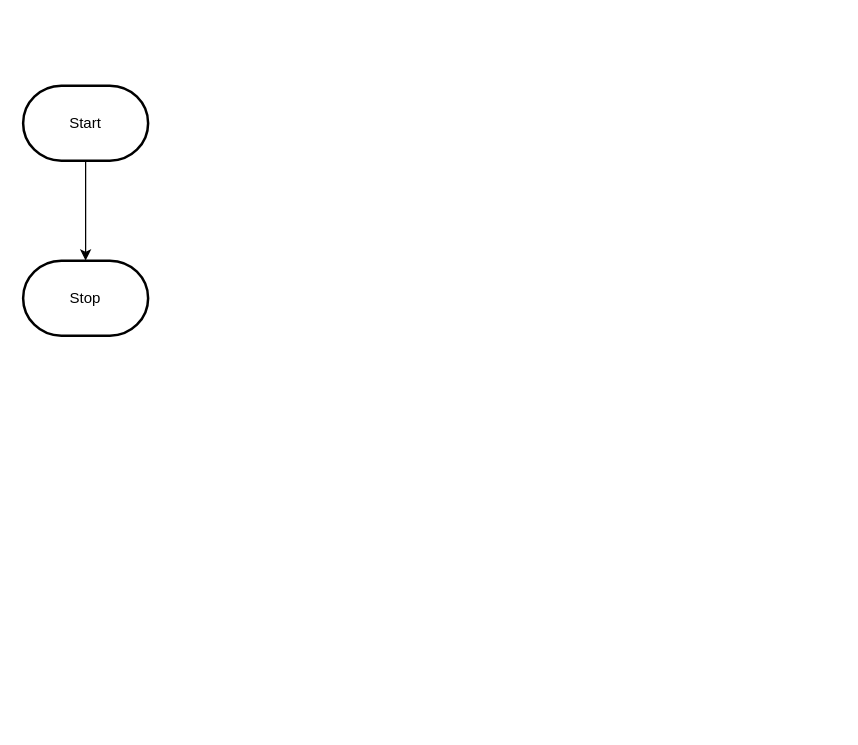
This is design/flowchart.drawio from MTHS-ICD2O-1-2023/ICD2O-Unit-6-02-clara-tyman, a draw.io file, before an edit. Source tidied: cells renumbered, new cells numbered last; positions are measured from the earlier drawing's top-left corner, leaving out a move shared by most shapes. Both pictures are drawn from the tidied source at 125%, with x=0, y=0 at pixel (22, 85).
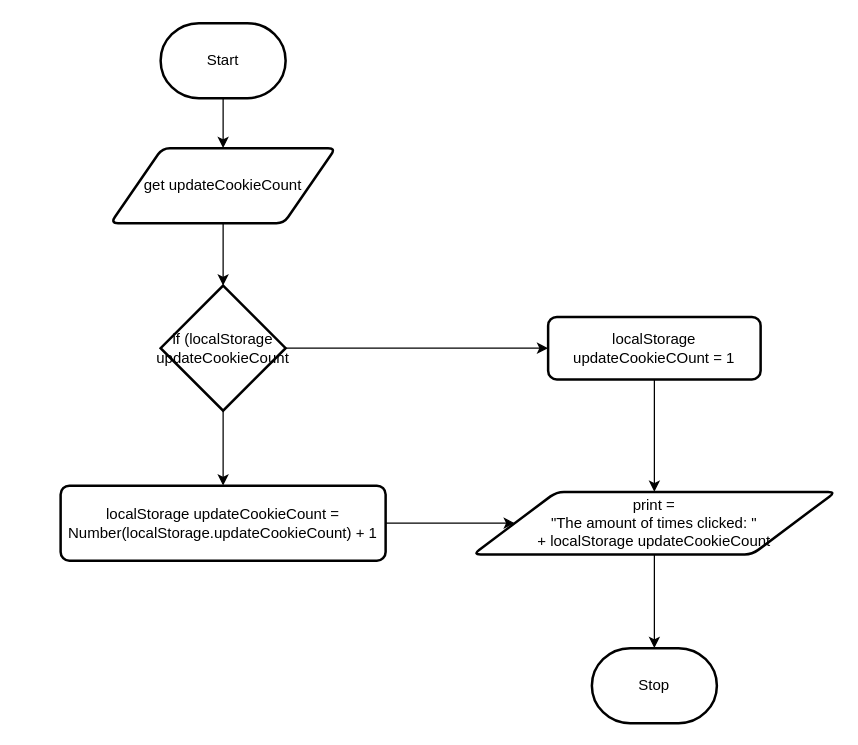
Above is the later version.

What changed in the source:
```diff
@@
 <mxGraphModel>
   <root>
     <mxCell id="0" />
     <mxCell id="1" parent="0" />
-    <mxCell id="2" style="edgeStyle=orthogonalEdgeStyle;html=1;rounded=0;" parent="1" edge="1" source="3" target="4">
+    <mxCell id="2" style="edgeStyle=none;html=1;" parent="1" edge="1" source="3" target="4">
       <mxGeometry relative="1" as="geometry" />
     </mxCell>
     <mxCell id="3" value="Start" style="strokeWidth=2;html=1;shape=mxgraph.flowchart.terminator;whiteSpace=wrap;" parent="1" vertex="1">
-      <mxGeometry width="100" height="60" as="geometry" />
+      <mxGeometry x="110" y="-50" width="100" height="60" as="geometry" />
     </mxCell>
+    <mxCell id="5" style="edgeStyle=none;html=1;entryX=0.5;entryY=0;entryDx=0;entryDy=0;entryPerimeter=0;" parent="1" edge="1" source="4" target="9">
+      <mxGeometry relative="1" as="geometry" />
+    </mxCell>
-    <mxCell id="4" value="Stop" style="strokeWidth=2;html=1;shape=mxgraph.flowchart.terminator;whiteSpace=wrap;" parent="1" vertex="1">
-      <mxGeometry y="140" width="100" height="60" as="geometry" />
+    <mxCell id="4" value="get updateCookieCount" style="shape=parallelogram;html=1;strokeWidth=2;perimeter=parallelogramPerimeter;whiteSpace=wrap;rounded=1;arcSize=12;size=0.23;" parent="1" vertex="1">
+      <mxGeometry x="70" y="50" width="180" height="60" as="geometry" />
     </mxCell>
+    <mxCell id="6" value="Stop" style="strokeWidth=2;html=1;shape=mxgraph.flowchart.terminator;whiteSpace=wrap;" parent="1" vertex="1">
+      <mxGeometry x="455" y="450" width="100" height="60" as="geometry" />
+    </mxCell>
+    <mxCell id="7" style="edgeStyle=none;html=1;" parent="1" edge="1" source="9">
+      <mxGeometry relative="1" as="geometry">
+        <mxPoint x="160" y="320" as="targetPoint" />
+      </mxGeometry>
+    </mxCell>
+    <mxCell id="8" style="edgeStyle=none;html=1;entryX=0;entryY=0.5;entryDx=0;entryDy=0;" parent="1" edge="1" source="9" target="11">
+      <mxGeometry relative="1" as="geometry" />
+    </mxCell>
+    <mxCell id="9" value="if (localStorage updateCookieCount" style="strokeWidth=2;html=1;shape=mxgraph.flowchart.decision;whiteSpace=wrap;" parent="1" vertex="1">
+      <mxGeometry x="110" y="160" width="100" height="100" as="geometry" />
+    </mxCell>
+    <mxCell id="10" style="edgeStyle=none;html=1;" parent="1" edge="1" source="11" target="15">
+      <mxGeometry relative="1" as="geometry" />
+    </mxCell>
+    <mxCell id="11" value="localStorage updateCookieCOunt = 1" style="rounded=1;whiteSpace=wrap;html=1;absoluteArcSize=1;arcSize=14;strokeWidth=2;" parent="1" vertex="1">
+      <mxGeometry x="420" y="185" width="170" height="50" as="geometry" />
+    </mxCell>
+    <mxCell id="12" style="edgeStyle=none;html=1;entryX=0;entryY=0.5;entryDx=0;entryDy=0;" parent="1" edge="1" source="13" target="15">
+      <mxGeometry relative="1" as="geometry" />
+    </mxCell>
+    <mxCell id="13" value="localStorage updateCookieCount = Number(localStorage.updateCookieCount) + 1" style="rounded=1;whiteSpace=wrap;html=1;absoluteArcSize=1;arcSize=14;strokeWidth=2;" parent="1" vertex="1">
+      <mxGeometry x="30" y="320" width="260" height="60" as="geometry" />
+    </mxCell>
+    <mxCell id="14" style="edgeStyle=none;html=1;entryX=0.5;entryY=0;entryDx=0;entryDy=0;entryPerimeter=0;" parent="1" edge="1" source="15" target="6">
+      <mxGeometry relative="1" as="geometry" />
+    </mxCell>
+    <mxCell id="15" value="print = &lt;br&gt;&quot;The amount of times clicked: &quot; &lt;br&gt;+ localStorage updateCookieCount" style="shape=parallelogram;html=1;strokeWidth=2;perimeter=parallelogramPerimeter;whiteSpace=wrap;rounded=1;arcSize=12;size=0.23;" parent="1" vertex="1">
+      <mxGeometry x="360" y="325" width="290" height="50" as="geometry" />
+    </mxCell>
   </root>
 </mxGraphModel>
```
